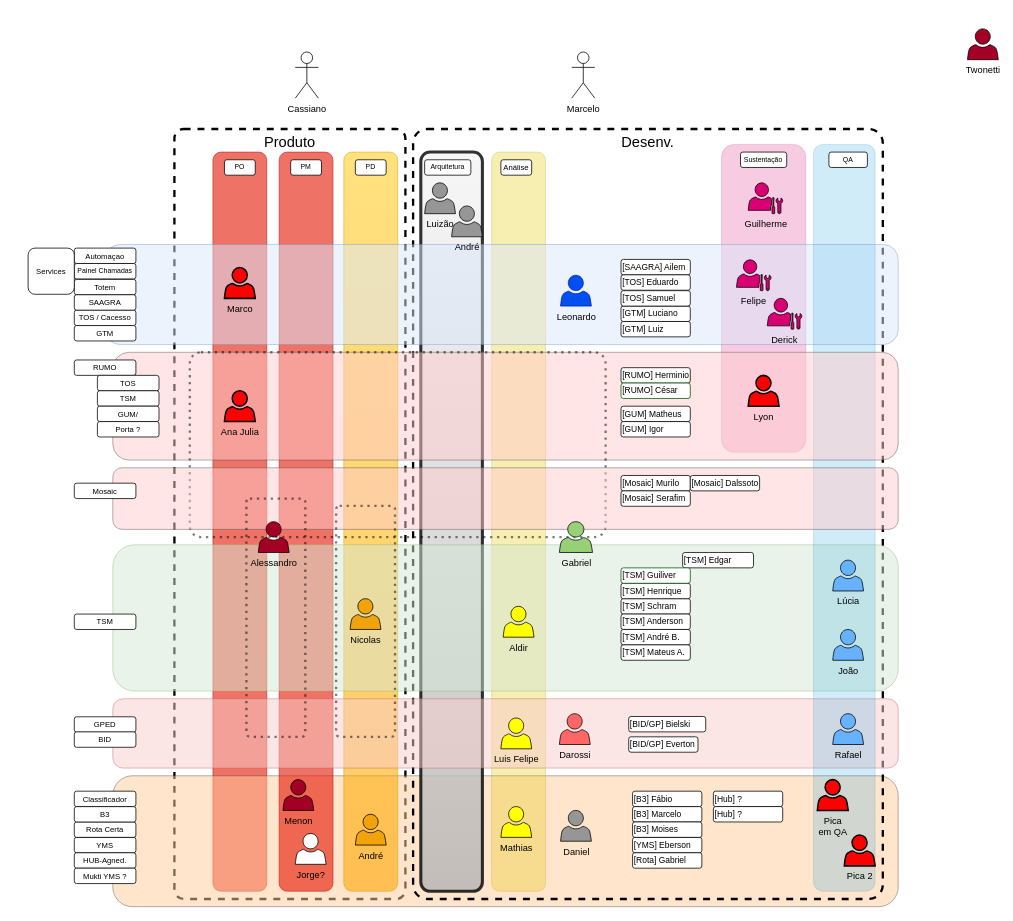
This is page "Cópia do futuro_ideal" (5 of 7) of time_org_24.drawio from marcelopedroso/yms_tech, a draw.io file, before an edit. Source tidied: cells renumbered, new cells numbered last; positions are measured from the earlier drawing's top-left corner, leaving out a move shared by most shapes. Both pictures are drawn from the tidied source at 77%, with x=0, y=0 at pixel (28, 28).
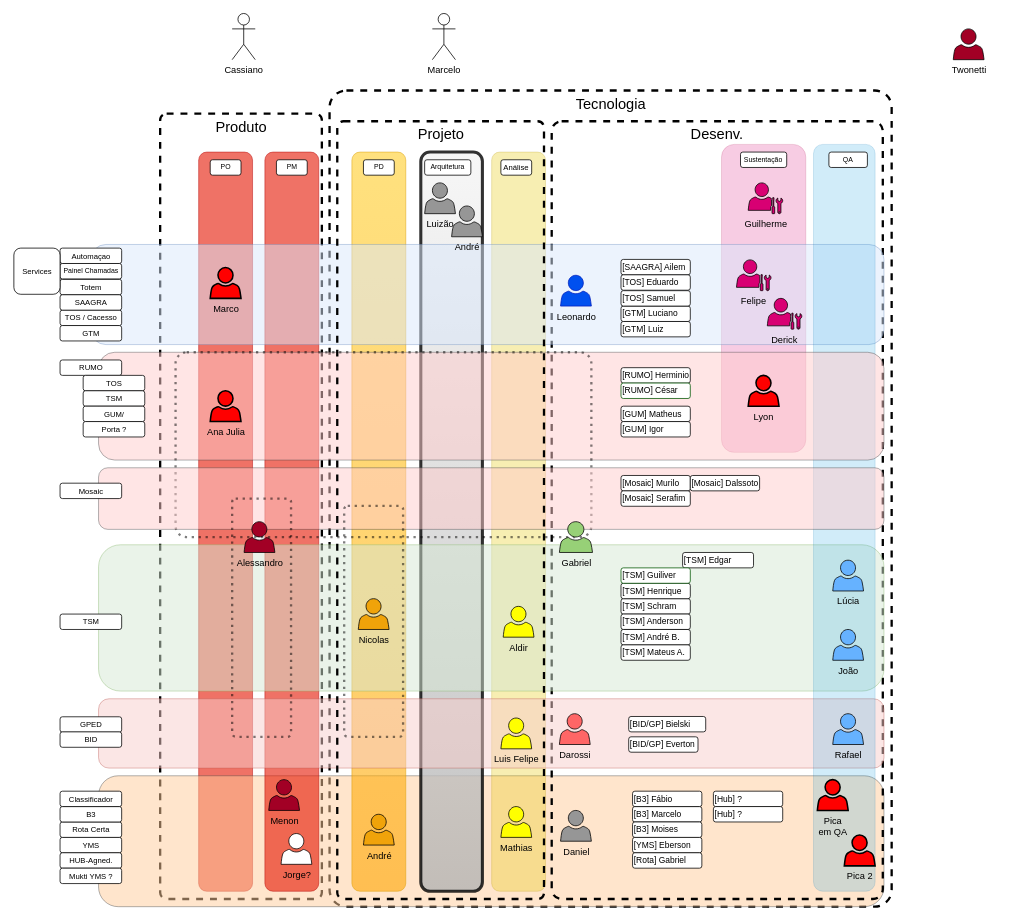
The same diagram, later.

Change to the diagram source:
```diff
@@
+    <mxCell id="105" value="Tecnologia" style="rounded=1;whiteSpace=wrap;html=1;fillColor=none;verticalAlign=top;dashed=1;fillStyle=auto;glass=0;perimeterSpacing=2;strokeWidth=3;fontSize=19;arcSize=3;" parent="1" vertex="1">
+      <mxGeometry x="391.5" y="80" width="730" height="1060" as="geometry" />
+    </mxCell>
     <mxCell id="2" value="Produto" style="rounded=1;whiteSpace=wrap;html=1;fillColor=none;verticalAlign=top;dashed=1;fillStyle=auto;glass=0;perimeterSpacing=2;strokeWidth=3;fontSize=19;arcSize=4;gradientColor=none;" parent="1" vertex="1">
-      <mxGeometry x="190" y="130" width="300" height="1000" as="geometry" />
+      <mxGeometry x="171.5" y="110" width="210" height="1020" as="geometry" />
     </mxCell>
     <mxCell id="3" style="rounded=1;whiteSpace=wrap;html=1;fillColor=#e51400;strokeColor=#B20000;opacity=60;fontColor=#ffffff;" parent="1" vertex="1">
-      <mxGeometry x="240" y="160" width="70" height="960" as="geometry" />
+      <mxGeometry x="221.5" y="160" width="70" height="960" as="geometry" />
     </mxCell>
     <mxCell id="4" style="rounded=1;whiteSpace=wrap;html=1;fillStyle=auto;opacity=50;fillColor=#ffcc99;strokeColor=#36393d;" parent="1" vertex="1">
-      <mxGeometry x="110" y="970" width="1020" height="170" as="geometry" />
+      <mxGeometry x="91.5" y="970" width="1020" height="170" as="geometry" />
     </mxCell>
     <mxCell id="5" value="Desenv." style="rounded=1;whiteSpace=wrap;html=1;fillColor=none;verticalAlign=top;dashed=1;fillStyle=auto;glass=0;perimeterSpacing=2;strokeWidth=3;fontSize=19;arcSize=3;" parent="1" vertex="1">
-      <mxGeometry x="500" y="130" width="610" height="1000" as="geometry" />
+      <mxGeometry x="680" y="120" width="430" height="1010" as="geometry" />
     </mxCell>
     <mxCell id="6" style="rounded=1;whiteSpace=wrap;html=1;fillColor=#e51400;strokeColor=#B20000;opacity=60;fontColor=#ffffff;" parent="1" vertex="1">
-      <mxGeometry x="326" y="160" width="70" height="960" as="geometry" />
+      <mxGeometry x="307.5" y="160" width="70" height="960" as="geometry" />
     </mxCell>
     <mxCell id="7" style="rounded=1;whiteSpace=wrap;html=1;fillColor=#ffcd28;strokeColor=#d79b00;opacity=60;gradientColor=#ffa500;" parent="1" vertex="1">
-      <mxGeometry x="410" y="160" width="70" height="960" as="geometry" />
+      <mxGeometry x="420.5" y="160" width="70" height="960" as="geometry" />
     </mxCell>
@@
     <mxCell id="11" style="rounded=1;whiteSpace=wrap;html=1;fillStyle=auto;opacity=50;fillColor=#dae8fc;strokeColor=#6c8ebf;" parent="1" vertex="1">
-      <mxGeometry x="100" y="280" width="1030" height="130" as="geometry" />
+      <mxGeometry x="81.5" y="280" width="1030" height="130" as="geometry" />
     </mxCell>
     <mxCell id="12" style="rounded=1;whiteSpace=wrap;html=1;fillStyle=auto;opacity=50;fillColor=#f8cecc;strokeColor=#b85450;" parent="1" vertex="1">
-      <mxGeometry x="110" y="870" width="1020" height="90" as="geometry" />
+      <mxGeometry x="91.5" y="870" width="1020" height="90" as="geometry" />
     </mxCell>
     <mxCell id="13" style="rounded=1;whiteSpace=wrap;html=1;fillStyle=auto;opacity=50;fillColor=#d5e8d4;strokeColor=#82b366;" parent="1" vertex="1">
-      <mxGeometry x="110" y="670" width="1020" height="190" as="geometry" />
+      <mxGeometry x="91.5" y="670" width="1020" height="190" as="geometry" />
     </mxCell>
@@
     <mxCell id="19" value="TSM" style="rounded=1;whiteSpace=wrap;html=1;fontSize=10;" parent="1" vertex="1">
-      <mxGeometry x="60" y="760" width="80" height="20" as="geometry" />
+      <mxGeometry x="41.5" y="760" width="80" height="20" as="geometry" />
     </mxCell>
     <mxCell id="20" value="GPED" style="rounded=1;whiteSpace=wrap;html=1;fontSize=10;" parent="1" vertex="1">
-      <mxGeometry x="60" y="893.4" width="80" height="20" as="geometry" />
+      <mxGeometry x="41.5" y="893.4" width="80" height="20" as="geometry" />
     </mxCell>
     <mxCell id="21" value="Totem" style="rounded=1;whiteSpace=wrap;html=1;fontSize=10;" parent="1" vertex="1">
-      <mxGeometry x="60" y="325.3" width="80" height="20" as="geometry" />
+      <mxGeometry x="41.5" y="325.3" width="80" height="20" as="geometry" />
     </mxCell>
     <mxCell id="22" value="Painel Chamadas" style="rounded=1;whiteSpace=wrap;html=1;fontSize=9;" parent="1" vertex="1">
-      <mxGeometry x="60" y="304.7" width="80" height="20" as="geometry" />
+      <mxGeometry x="41.5" y="304.7" width="80" height="20" as="geometry" />
     </mxCell>
@@
     <mxCell id="24" value="PM" style="rounded=1;whiteSpace=wrap;html=1;fontSize=9;" parent="1" vertex="1">
-      <mxGeometry x="341" y="170" width="40" height="20" as="geometry" />
+      <mxGeometry x="322.5" y="170" width="40" height="20" as="geometry" />
     </mxCell>
     <mxCell id="25" value="PD" style="rounded=1;whiteSpace=wrap;html=1;fontSize=9;" parent="1" vertex="1">
-      <mxGeometry x="425" y="170" width="40" height="20" as="geometry" />
+      <mxGeometry x="435.5" y="170" width="40" height="20" as="geometry" />
     </mxCell>
@@
     <mxCell id="27" value="BID" style="rounded=1;whiteSpace=wrap;html=1;fontSize=10;" parent="1" vertex="1">
-      <mxGeometry x="60" y="913" width="80" height="20" as="geometry" />
+      <mxGeometry x="41.5" y="913" width="80" height="20" as="geometry" />
     </mxCell>
     <mxCell id="28" value="TOS / Cacesso" style="rounded=1;whiteSpace=wrap;html=1;fontSize=10;" parent="1" vertex="1">
-      <mxGeometry x="60" y="365.3" width="80" height="20" as="geometry" />
+      <mxGeometry x="41.5" y="365.3" width="80" height="20" as="geometry" />
     </mxCell>
@@
     <mxCell id="44" value="GTM" style="rounded=1;whiteSpace=wrap;html=1;fontSize=10;" parent="1" vertex="1">
-      <mxGeometry x="60" y="385.3" width="80" height="20" as="geometry" />
+      <mxGeometry x="41.5" y="385.3" width="80" height="20" as="geometry" />
     </mxCell>
     <mxCell id="45" value="SAAGRA" style="rounded=1;whiteSpace=wrap;html=1;fontSize=10;" parent="1" vertex="1">
-      <mxGeometry x="60" y="345.3" width="80" height="20" as="geometry" />
+      <mxGeometry x="41.5" y="345.3" width="80" height="20" as="geometry" />
     </mxCell>
@@
     <mxCell id="48" value="Marco" style="sketch=0;shadow=0;dashed=0;html=1;labelPosition=center;verticalLabelPosition=bottom;verticalAlign=top;align=center;shape=mxgraph.office.users.user;fillColor=#FF0000;fontColor=#000000;strokeColor=#000000;strokeWidth=2;perimeterSpacing=0;" parent="1" vertex="1">
-      <mxGeometry x="255" y="310" width="40" height="40" as="geometry" />
+      <mxGeometry x="236.5" y="310" width="40" height="40" as="geometry" />
     </mxCell>
@@
     <mxCell id="52" value="Twonetti" style="sketch=0;shadow=0;dashed=0;html=1;labelPosition=center;verticalLabelPosition=bottom;verticalAlign=top;align=center;shape=mxgraph.office.users.user;fillColor=#a20025;fontColor=#000000;strokeColor=#000000;" parent="1" vertex="1">
-      <mxGeometry x="1220" width="40" height="40" as="geometry" />
+      <mxGeometry x="1201.5" width="40" height="40" as="geometry" />
     </mxCell>
     <mxCell id="53" value="YMS" style="rounded=1;whiteSpace=wrap;html=1;fontSize=10;" parent="1" vertex="1">
-      <mxGeometry x="60" y="1050" width="80" height="20" as="geometry" />
+      <mxGeometry x="41.5" y="1050" width="80" height="20" as="geometry" />
     </mxCell>
     <mxCell id="54" value="Rota Certa" style="rounded=1;whiteSpace=wrap;html=1;fontSize=10;" parent="1" vertex="1">
-      <mxGeometry x="60" y="1030" width="80" height="20" as="geometry" />
+      <mxGeometry x="41.5" y="1030" width="80" height="20" as="geometry" />
     </mxCell>
     <mxCell id="55" style="rounded=1;whiteSpace=wrap;html=1;fillStyle=auto;opacity=50;fillColor=#ffcccc;strokeColor=#36393d;" parent="1" vertex="1">
-      <mxGeometry x="110" y="420" width="1020" height="140" as="geometry" />
+      <mxGeometry x="91.5" y="420" width="1020" height="140" as="geometry" />
     </mxCell>
@@
     <mxCell id="60" value="RUMO" style="rounded=1;whiteSpace=wrap;html=1;fontSize=10;" parent="1" vertex="1">
-      <mxGeometry x="60" y="430" width="80" height="20" as="geometry" />
+      <mxGeometry x="41.5" y="430" width="80" height="20" as="geometry" />
     </mxCell>
@@
     <mxCell id="62" style="rounded=1;whiteSpace=wrap;html=1;fillStyle=auto;opacity=50;fillColor=none;strokeColor=#000000;dashed=1;strokeWidth=3;dashPattern=1 2;arcSize=6;" parent="1" vertex="1">
-      <mxGeometry x="210" y="420" width="540" height="240" as="geometry" />
+      <mxGeometry x="191.5" y="420" width="540" height="240" as="geometry" />
     </mxCell>
     <mxCell id="63" value="Cassiano" style="shape=umlActor;verticalLabelPosition=bottom;verticalAlign=top;html=1;" parent="1" vertex="1">
-      <mxGeometry x="347" y="30" width="30" height="60" as="geometry" />
+      <mxGeometry x="265" y="-20" width="30" height="60" as="geometry" />
     </mxCell>
     <mxCell id="64" value="Marcelo" style="shape=umlActor;verticalLabelPosition=bottom;verticalAlign=top;html=1;" parent="1" vertex="1">
-      <mxGeometry x="706" y="30" width="30" height="60" as="geometry" />
+      <mxGeometry x="525" y="-20" width="30" height="60" as="geometry" />
     </mxCell>
     <mxCell id="65" style="rounded=1;whiteSpace=wrap;html=1;fillStyle=auto;opacity=50;fillColor=#ffcccc;strokeColor=#36393d;" parent="1" vertex="1">
-      <mxGeometry x="110" y="570" width="1020" height="80" as="geometry" />
+      <mxGeometry x="91.5" y="570" width="1020" height="80" as="geometry" />
     </mxCell>
@@
     <mxCell id="69" value="Mosaic" style="rounded=1;whiteSpace=wrap;html=1;fontSize=10;" parent="1" vertex="1">
-      <mxGeometry x="60" y="590" width="80" height="20" as="geometry" />
+      <mxGeometry x="41.5" y="590" width="80" height="20" as="geometry" />
     </mxCell>
@@
     <mxCell id="72" value="Alessandro" style="sketch=0;shadow=0;dashed=0;html=1;labelPosition=center;verticalLabelPosition=bottom;verticalAlign=top;align=center;shape=mxgraph.office.users.user;fillColor=#a20025;fontColor=#000000;strokeColor=#000000;" parent="1" vertex="1">
-      <mxGeometry x="299" y="640" width="40" height="40" as="geometry" />
+      <mxGeometry x="280.5" y="640" width="40" height="40" as="geometry" />
     </mxCell>
@@
     <mxCell id="77" value="Automaçao" style="rounded=1;whiteSpace=wrap;html=1;fontSize=10;" parent="1" vertex="1">
-      <mxGeometry x="60" y="284.7" width="80" height="20" as="geometry" />
+      <mxGeometry x="41.5" y="284.7" width="80" height="20" as="geometry" />
     </mxCell>
     <mxCell id="78" value="Services" style="rounded=1;whiteSpace=wrap;html=1;fontSize=10;" parent="1" vertex="1">
-      <mxGeometry y="284.7" width="60" height="60" as="geometry" />
+      <mxGeometry x="-18.5" y="284.7" width="60" height="60" as="geometry" />
     </mxCell>
     <mxCell id="79" value="B3" style="rounded=1;whiteSpace=wrap;html=1;fontSize=10;" parent="1" vertex="1">
-      <mxGeometry x="60" y="1010" width="80" height="20" as="geometry" />
+      <mxGeometry x="41.5" y="1010" width="80" height="20" as="geometry" />
     </mxCell>
@@
     <mxCell id="83" value="HUB-Agned." style="rounded=1;whiteSpace=wrap;html=1;fontSize=10;" parent="1" vertex="1">
-      <mxGeometry x="60" y="1070" width="80" height="20" as="geometry" />
+      <mxGeometry x="41.5" y="1070" width="80" height="20" as="geometry" />
     </mxCell>
@@
     <mxCell id="85" value="André" style="sketch=0;shadow=0;dashed=0;html=1;labelPosition=center;verticalLabelPosition=bottom;verticalAlign=top;align=center;shape=mxgraph.office.users.user;fillColor=#f0a30a;fontColor=#000000;strokeColor=#000000;" parent="1" vertex="1">
-      <mxGeometry x="425" y="1020" width="40" height="40" as="geometry" />
+      <mxGeometry x="435.5" y="1020" width="40" height="40" as="geometry" />
     </mxCell>
@@
     <mxCell id="87" value="Menon" style="sketch=0;shadow=0;dashed=0;html=1;labelPosition=center;verticalLabelPosition=bottom;verticalAlign=top;align=center;shape=mxgraph.office.users.user;fillColor=#a20025;fontColor=#000000;strokeColor=#000000;" parent="1" vertex="1">
-      <mxGeometry x="331" y="975" width="40" height="40" as="geometry" />
+      <mxGeometry x="312.5" y="975" width="40" height="40" as="geometry" />
     </mxCell>
@@
     <mxCell id="89" value="Classificador" style="rounded=1;whiteSpace=wrap;html=1;fontSize=10;" parent="1" vertex="1">
-      <mxGeometry x="60" y="990" width="80" height="20" as="geometry" />
+      <mxGeometry x="41.5" y="990" width="80" height="20" as="geometry" />
     </mxCell>
@@
     <mxCell id="91" value="Mukti YMS ?" style="rounded=1;whiteSpace=wrap;html=1;fontSize=10;" parent="1" vertex="1">
-      <mxGeometry x="60" y="1090" width="80" height="20" as="geometry" />
+      <mxGeometry x="41.5" y="1090" width="80" height="20" as="geometry" />
     </mxCell>
     <mxCell id="92" value="Jorge?" style="sketch=0;shadow=0;dashed=0;html=1;labelPosition=center;verticalLabelPosition=bottom;verticalAlign=top;align=center;shape=mxgraph.office.users.user;" parent="1" vertex="1">
-      <mxGeometry x="347" y="1045" width="40" height="40" as="geometry" />
+      <mxGeometry x="328.5" y="1045" width="40" height="40" as="geometry" />
     </mxCell>
@@
     <mxCell id="95" style="rounded=1;whiteSpace=wrap;html=1;fillStyle=auto;opacity=50;fillColor=none;strokeColor=#000000;dashed=1;strokeWidth=3;dashPattern=1 2;arcSize=6;" parent="1" vertex="1">
-      <mxGeometry x="283.5" y="610" width="76.5" height="309.4" as="geometry" />
+      <mxGeometry x="265" y="610" width="76.5" height="309.4" as="geometry" />
     </mxCell>
     <mxCell id="96" value="PO" style="rounded=1;whiteSpace=wrap;html=1;fontSize=9;" parent="1" vertex="1">
-      <mxGeometry x="255" y="170" width="40" height="20" as="geometry" />
+      <mxGeometry x="236.5" y="170" width="40" height="20" as="geometry" />
     </mxCell>
     <mxCell id="97" value="Ana Julia" style="sketch=0;shadow=0;dashed=0;html=1;labelPosition=center;verticalLabelPosition=bottom;verticalAlign=top;align=center;shape=mxgraph.office.users.user;fillColor=#FF0000;fontColor=#000000;strokeColor=#000000;strokeWidth=2;perimeterSpacing=0;" parent="1" vertex="1">
-      <mxGeometry x="255" y="470" width="40" height="40" as="geometry" />
+      <mxGeometry x="236.5" y="470" width="40" height="40" as="geometry" />
     </mxCell>
@@
     <mxCell id="99" value="TOS" style="rounded=1;whiteSpace=wrap;html=1;fontSize=10;" parent="1" vertex="1">
-      <mxGeometry x="90" y="450" width="80" height="20" as="geometry" />
+      <mxGeometry x="71.5" y="450" width="80" height="20" as="geometry" />
     </mxCell>
     <mxCell id="100" value="TSM" style="rounded=1;whiteSpace=wrap;html=1;fontSize=10;" parent="1" vertex="1">
-      <mxGeometry x="90" y="470" width="80" height="20" as="geometry" />
+      <mxGeometry x="71.5" y="470" width="80" height="20" as="geometry" />
     </mxCell>
     <mxCell id="101" value="GUM/" style="rounded=1;whiteSpace=wrap;html=1;fontSize=10;" parent="1" vertex="1">
-      <mxGeometry x="90" y="490" width="80" height="20" as="geometry" />
+      <mxGeometry x="71.5" y="490" width="80" height="20" as="geometry" />
     </mxCell>
     <mxCell id="102" value="Porta ?" style="rounded=1;whiteSpace=wrap;html=1;fontSize=10;" parent="1" vertex="1">
-      <mxGeometry x="90" y="510" width="80" height="20" as="geometry" />
+      <mxGeometry x="71.5" y="510" width="80" height="20" as="geometry" />
     </mxCell>
     <mxCell id="103" value="Nicolas" style="sketch=0;shadow=0;dashed=0;html=1;labelPosition=center;verticalLabelPosition=bottom;verticalAlign=top;align=center;shape=mxgraph.office.users.user;fillColor=#f0a30a;fontColor=#000000;strokeColor=#000000;" parent="1" vertex="1">
-      <mxGeometry x="418.2" y="740" width="40" height="40" as="geometry" />
+      <mxGeometry x="428.8" y="740" width="40" height="40" as="geometry" />
     </mxCell>
     <mxCell id="104" style="rounded=1;whiteSpace=wrap;html=1;fillStyle=auto;opacity=50;fillColor=none;strokeColor=#000000;dashed=1;strokeWidth=3;dashPattern=1 2;arcSize=6;" parent="1" vertex="1">
-      <mxGeometry x="400" y="619.4" width="76.5" height="300" as="geometry" />
+      <mxGeometry x="410.5" y="619.4" width="76.5" height="300" as="geometry" />
     </mxCell>
+    <mxCell id="106" value="Projeto" style="rounded=1;whiteSpace=wrap;html=1;fillColor=none;verticalAlign=top;dashed=1;fillStyle=auto;glass=0;perimeterSpacing=2;strokeWidth=3;fontSize=19;arcSize=3;" parent="1" vertex="1">
+      <mxGeometry x="401.5" y="120" width="268.5" height="1010" as="geometry" />
+    </mxCell>
```
